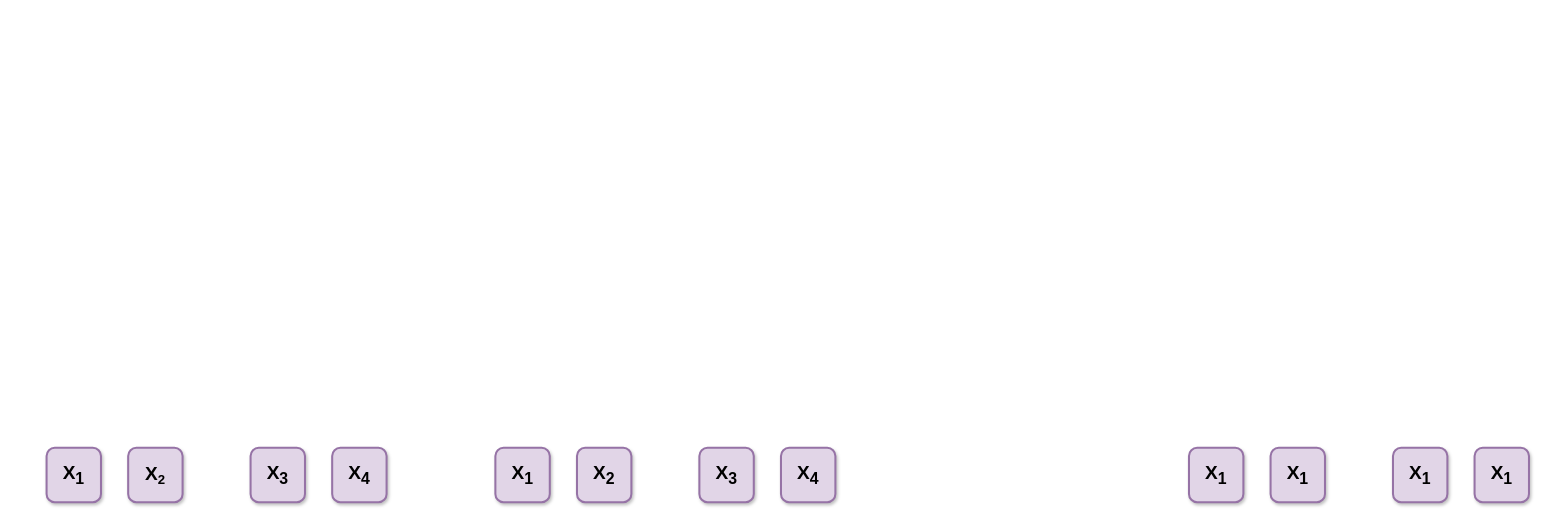
kxzhu0505/LogicSynOpt keeps this draw.io diagram as xmg.drawio. Above is the earlier version. Source tidied: cells renumbered, new cells numbered last; positions are measured from the earlier drawing's top-left corner, leaving out a move shared by most shapes. Both pictures are drawn from the tidied source at 68%, with x=0, y=0 at pixel (46, 447).
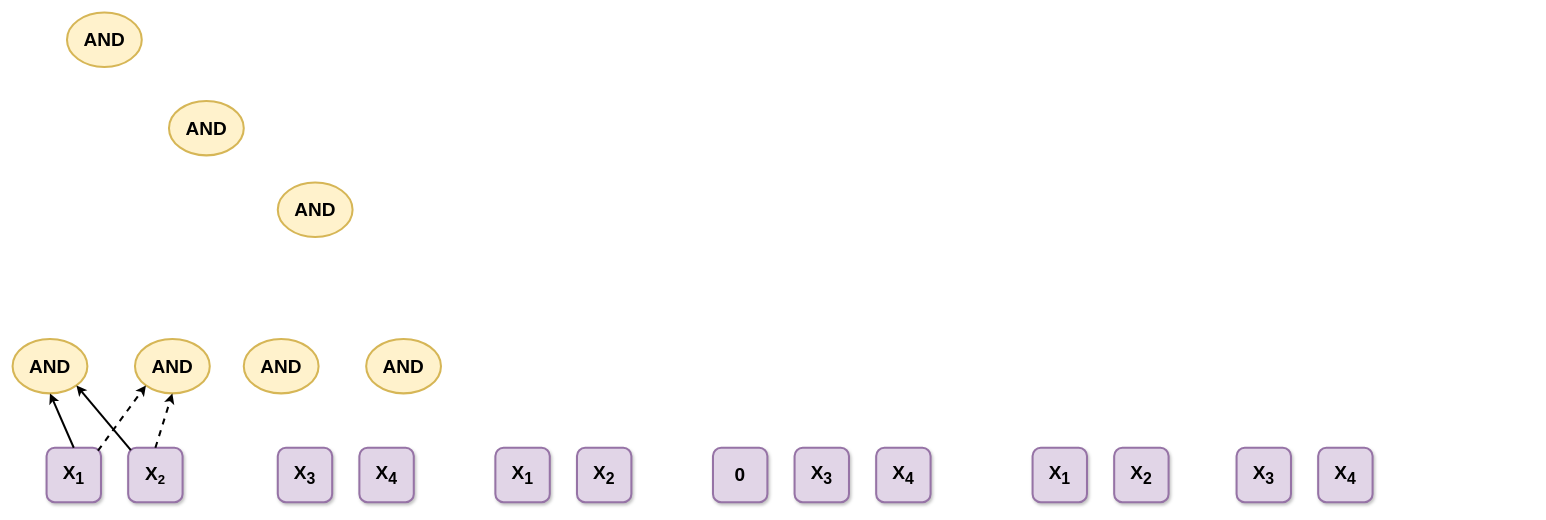
The same page after the edit.

Unchanged cells that the change refers to:
```xml
<mxCell id="2" value="&lt;font style=&quot;font-size: 28px;&quot;&gt;&lt;b&gt;X&lt;sub&gt;1&lt;/sub&gt;&lt;/b&gt;&lt;/font&gt;" style="rounded=1;whiteSpace=wrap;html=1;fillColor=#e1d5e7;strokeColor=#9673a6;shadow=1;strokeWidth=3;" parent="1" vertex="1">
  <mxGeometry width="80" height="80" as="geometry" />
</mxCell>
<mxCell id="3" value="&lt;font style=&quot;&quot;&gt;&lt;b style=&quot;&quot;&gt;&lt;span style=&quot;font-size: 28px;&quot;&gt;X&lt;/span&gt;&lt;span style=&quot;font-size: 23.3333px;&quot;&gt;&lt;sub&gt;2&lt;/sub&gt;&lt;/span&gt;&lt;/b&gt;&lt;/font&gt;" style="rounded=1;whiteSpace=wrap;html=1;fillColor=#e1d5e7;strokeColor=#9673a6;shadow=1;strokeWidth=3;" parent="1" vertex="1">
  <mxGeometry x="120" width="80" height="80" as="geometry" />
</mxCell>
```

The edit, as a diff of the source:
```diff
@@
     <mxCell id="4" value="&lt;font style=&quot;font-size: 28px;&quot;&gt;&lt;b&gt;X&lt;sub&gt;3&lt;/sub&gt;&lt;/b&gt;&lt;/font&gt;" style="rounded=1;whiteSpace=wrap;html=1;fillColor=#e1d5e7;strokeColor=#9673a6;shadow=1;strokeWidth=3;" parent="1" vertex="1">
-      <mxGeometry x="300" width="80" height="80" as="geometry" />
+      <mxGeometry x="340" width="80" height="80" as="geometry" />
     </mxCell>
     <mxCell id="5" value="&lt;font style=&quot;font-size: 28px;&quot;&gt;&lt;b&gt;X&lt;sub&gt;4&lt;/sub&gt;&lt;/b&gt;&lt;/font&gt;" style="rounded=1;whiteSpace=wrap;html=1;fillColor=#e1d5e7;strokeColor=#9673a6;shadow=1;strokeWidth=3;" parent="1" vertex="1">
-      <mxGeometry x="420" width="80" height="80" as="geometry" />
+      <mxGeometry x="460" width="80" height="80" as="geometry" />
     </mxCell>
@@
     <mxCell id="8" value="&lt;font style=&quot;font-size: 28px;&quot;&gt;&lt;b&gt;X&lt;sub&gt;3&lt;/sub&gt;&lt;/b&gt;&lt;/font&gt;" style="rounded=1;whiteSpace=wrap;html=1;fillColor=#e1d5e7;strokeColor=#9673a6;shadow=1;strokeWidth=3;" parent="1" vertex="1">
-      <mxGeometry x="960" width="80" height="80" as="geometry" />
+      <mxGeometry x="1100" width="80" height="80" as="geometry" />
     </mxCell>
     <mxCell id="9" value="&lt;font style=&quot;font-size: 28px;&quot;&gt;&lt;b&gt;X&lt;sub&gt;4&lt;/sub&gt;&lt;/b&gt;&lt;/font&gt;" style="rounded=1;whiteSpace=wrap;html=1;fillColor=#e1d5e7;strokeColor=#9673a6;shadow=1;strokeWidth=3;" parent="1" vertex="1">
-      <mxGeometry x="1080" width="80" height="80" as="geometry" />
+      <mxGeometry x="1220" width="80" height="80" as="geometry" />
     </mxCell>
-    <mxCell id="10" value="&lt;font style=&quot;font-size: 28px;&quot;&gt;&lt;b&gt;X&lt;sub&gt;1&lt;/sub&gt;&lt;/b&gt;&lt;/font&gt;" style="rounded=1;whiteSpace=wrap;html=1;fillColor=#e1d5e7;strokeColor=#9673a6;shadow=1;strokeWidth=3;" parent="1" vertex="1">
-      <mxGeometry x="1680" width="80" height="80" as="geometry" />
-    </mxCell>
-    <mxCell id="11" value="&lt;font style=&quot;font-size: 28px;&quot;&gt;&lt;b&gt;X&lt;sub&gt;1&lt;/sub&gt;&lt;/b&gt;&lt;/font&gt;" style="rounded=1;whiteSpace=wrap;html=1;fillColor=#e1d5e7;strokeColor=#9673a6;shadow=1;strokeWidth=3;" parent="1" vertex="1">
-      <mxGeometry x="1800" width="80" height="80" as="geometry" />
-    </mxCell>
-    <mxCell id="12" value="&lt;font style=&quot;font-size: 28px;&quot;&gt;&lt;b&gt;X&lt;sub&gt;1&lt;/sub&gt;&lt;/b&gt;&lt;/font&gt;" style="rounded=1;whiteSpace=wrap;html=1;fillColor=#e1d5e7;strokeColor=#9673a6;shadow=1;strokeWidth=3;" parent="1" vertex="1">
-      <mxGeometry x="1980" width="80" height="80" as="geometry" />
-    </mxCell>
-    <mxCell id="13" value="&lt;font style=&quot;font-size: 28px;&quot;&gt;&lt;b&gt;X&lt;sub&gt;1&lt;/sub&gt;&lt;/b&gt;&lt;/font&gt;" style="rounded=1;whiteSpace=wrap;html=1;fillColor=#e1d5e7;strokeColor=#9673a6;shadow=1;strokeWidth=3;" parent="1" vertex="1">
-      <mxGeometry x="2100" width="80" height="80" as="geometry" />
-    </mxCell>
+    <mxCell id="14" value="&lt;font style=&quot;font-size: 28px;&quot;&gt;&lt;b&gt;X&lt;sub&gt;1&lt;/sub&gt;&lt;/b&gt;&lt;/font&gt;" style="rounded=1;whiteSpace=wrap;html=1;fillColor=#e1d5e7;strokeColor=#9673a6;shadow=1;strokeWidth=3;" parent="1" vertex="1">
+      <mxGeometry x="1450" width="80" height="80" as="geometry" />
+    </mxCell>
+    <mxCell id="15" value="&lt;font style=&quot;font-size: 28px;&quot;&gt;&lt;b&gt;X&lt;sub&gt;2&lt;/sub&gt;&lt;/b&gt;&lt;/font&gt;" style="rounded=1;whiteSpace=wrap;html=1;fillColor=#e1d5e7;strokeColor=#9673a6;shadow=1;strokeWidth=3;" parent="1" vertex="1">
+      <mxGeometry x="1570" width="80" height="80" as="geometry" />
+    </mxCell>
+    <mxCell id="16" value="&lt;font style=&quot;font-size: 28px;&quot;&gt;&lt;b&gt;X&lt;sub&gt;3&lt;/sub&gt;&lt;/b&gt;&lt;/font&gt;" style="rounded=1;whiteSpace=wrap;html=1;fillColor=#e1d5e7;strokeColor=#9673a6;shadow=1;strokeWidth=3;" parent="1" vertex="1">
+      <mxGeometry x="1750" width="80" height="80" as="geometry" />
+    </mxCell>
+    <mxCell id="17" value="&lt;font style=&quot;font-size: 28px;&quot;&gt;&lt;b&gt;X&lt;sub&gt;4&lt;/sub&gt;&lt;/b&gt;&lt;/font&gt;" style="rounded=1;whiteSpace=wrap;html=1;fillColor=#e1d5e7;strokeColor=#9673a6;shadow=1;strokeWidth=3;" parent="1" vertex="1">
+      <mxGeometry x="1870" width="80" height="80" as="geometry" />
+    </mxCell>
+    <mxCell id="18" value="&lt;span style=&quot;font-size: 28px;&quot;&gt;&lt;b&gt;0&lt;/b&gt;&lt;/span&gt;" style="rounded=1;whiteSpace=wrap;html=1;fillColor=#e1d5e7;strokeColor=#9673a6;shadow=1;strokeWidth=3;" parent="1" vertex="1">
+      <mxGeometry x="980" width="80" height="80" as="geometry" />
+    </mxCell>
+    <mxCell id="19" value="&lt;font style=&quot;font-size: 28px;&quot;&gt;&lt;b&gt;AND&lt;/b&gt;&lt;/font&gt;" style="ellipse;whiteSpace=wrap;html=1;fillColor=#fff2cc;strokeColor=#d6b656;strokeWidth=3;" parent="1" vertex="1">
+      <mxGeometry x="-50" y="-160" width="110" height="80" as="geometry" />
+    </mxCell>
+    <mxCell id="20" value="&lt;font style=&quot;font-size: 28px;&quot;&gt;&lt;b&gt;AND&lt;/b&gt;&lt;/font&gt;" style="ellipse;whiteSpace=wrap;html=1;fillColor=#fff2cc;strokeColor=#d6b656;strokeWidth=3;" parent="1" vertex="1">
+      <mxGeometry x="130" y="-160" width="110" height="80" as="geometry" />
+    </mxCell>
+    <mxCell id="21" value="&lt;font style=&quot;font-size: 28px;&quot;&gt;&lt;b&gt;AND&lt;/b&gt;&lt;/font&gt;" style="ellipse;whiteSpace=wrap;html=1;fillColor=#fff2cc;strokeColor=#d6b656;strokeWidth=3;" parent="1" vertex="1">
+      <mxGeometry x="290" y="-160" width="110" height="80" as="geometry" />
+    </mxCell>
+    <mxCell id="22" value="&lt;font style=&quot;font-size: 28px;&quot;&gt;&lt;b&gt;AND&lt;/b&gt;&lt;/font&gt;" style="ellipse;whiteSpace=wrap;html=1;fillColor=#fff2cc;strokeColor=#d6b656;strokeWidth=3;" parent="1" vertex="1">
+      <mxGeometry x="470" y="-160" width="110" height="80" as="geometry" />
+    </mxCell>
+    <mxCell id="23" value="&lt;font style=&quot;font-size: 28px;&quot;&gt;&lt;b&gt;AND&lt;/b&gt;&lt;/font&gt;" style="ellipse;whiteSpace=wrap;html=1;fillColor=#fff2cc;strokeColor=#d6b656;strokeWidth=3;" parent="1" vertex="1">
+      <mxGeometry x="340" y="-390" width="110" height="80" as="geometry" />
+    </mxCell>
+    <mxCell id="24" value="&lt;font style=&quot;font-size: 28px;&quot;&gt;&lt;b&gt;AND&lt;/b&gt;&lt;/font&gt;" style="ellipse;whiteSpace=wrap;html=1;fillColor=#fff2cc;strokeColor=#d6b656;strokeWidth=3;" parent="1" vertex="1">
+      <mxGeometry x="180" y="-510" width="110" height="80" as="geometry" />
+    </mxCell>
+    <mxCell id="25" value="&lt;font style=&quot;font-size: 28px;&quot;&gt;&lt;b&gt;AND&lt;/b&gt;&lt;/font&gt;" style="ellipse;whiteSpace=wrap;html=1;fillColor=#fff2cc;strokeColor=#d6b656;strokeWidth=3;" parent="1" vertex="1">
+      <mxGeometry x="30" y="-640" width="110" height="80" as="geometry" />
+    </mxCell>
+    <mxCell id="26" style="endArrow=classic;html=1;rounded=0;strokeWidth=3;exitX=0.5;exitY=0;exitDx=0;exitDy=0;entryX=0.5;entryY=1;entryDx=0;entryDy=0;" parent="1" edge="1" source="2" target="19">
+      <mxGeometry relative="1" as="geometry" />
+    </mxCell>
+    <mxCell id="27" style="endArrow=classic;html=1;rounded=0;strokeWidth=3;exitX=0.944;exitY=0.054;exitDx=0;exitDy=0;entryX=0;entryY=1;entryDx=0;entryDy=0;exitPerimeter=0;dashed=1;" parent="1" edge="1" source="2" target="20">
+      <mxGeometry relative="1" as="geometry" />
+    </mxCell>
+    <mxCell id="28" style="endArrow=classic;html=1;rounded=0;strokeWidth=3;exitX=0.5;exitY=0;exitDx=0;exitDy=0;entryX=0.5;entryY=1;entryDx=0;entryDy=0;dashed=1;" parent="1" edge="1" source="3" target="20">
+      <mxGeometry relative="1" as="geometry" />
+    </mxCell>
+    <mxCell id="29" style="endArrow=classic;html=1;rounded=0;strokeWidth=3;exitX=0.049;exitY=0.042;exitDx=0;exitDy=0;entryX=1;entryY=1;entryDx=0;entryDy=0;exitPerimeter=0;" parent="1" edge="1" source="3" target="19">
+      <mxGeometry relative="1" as="geometry" />
+    </mxCell>
```
